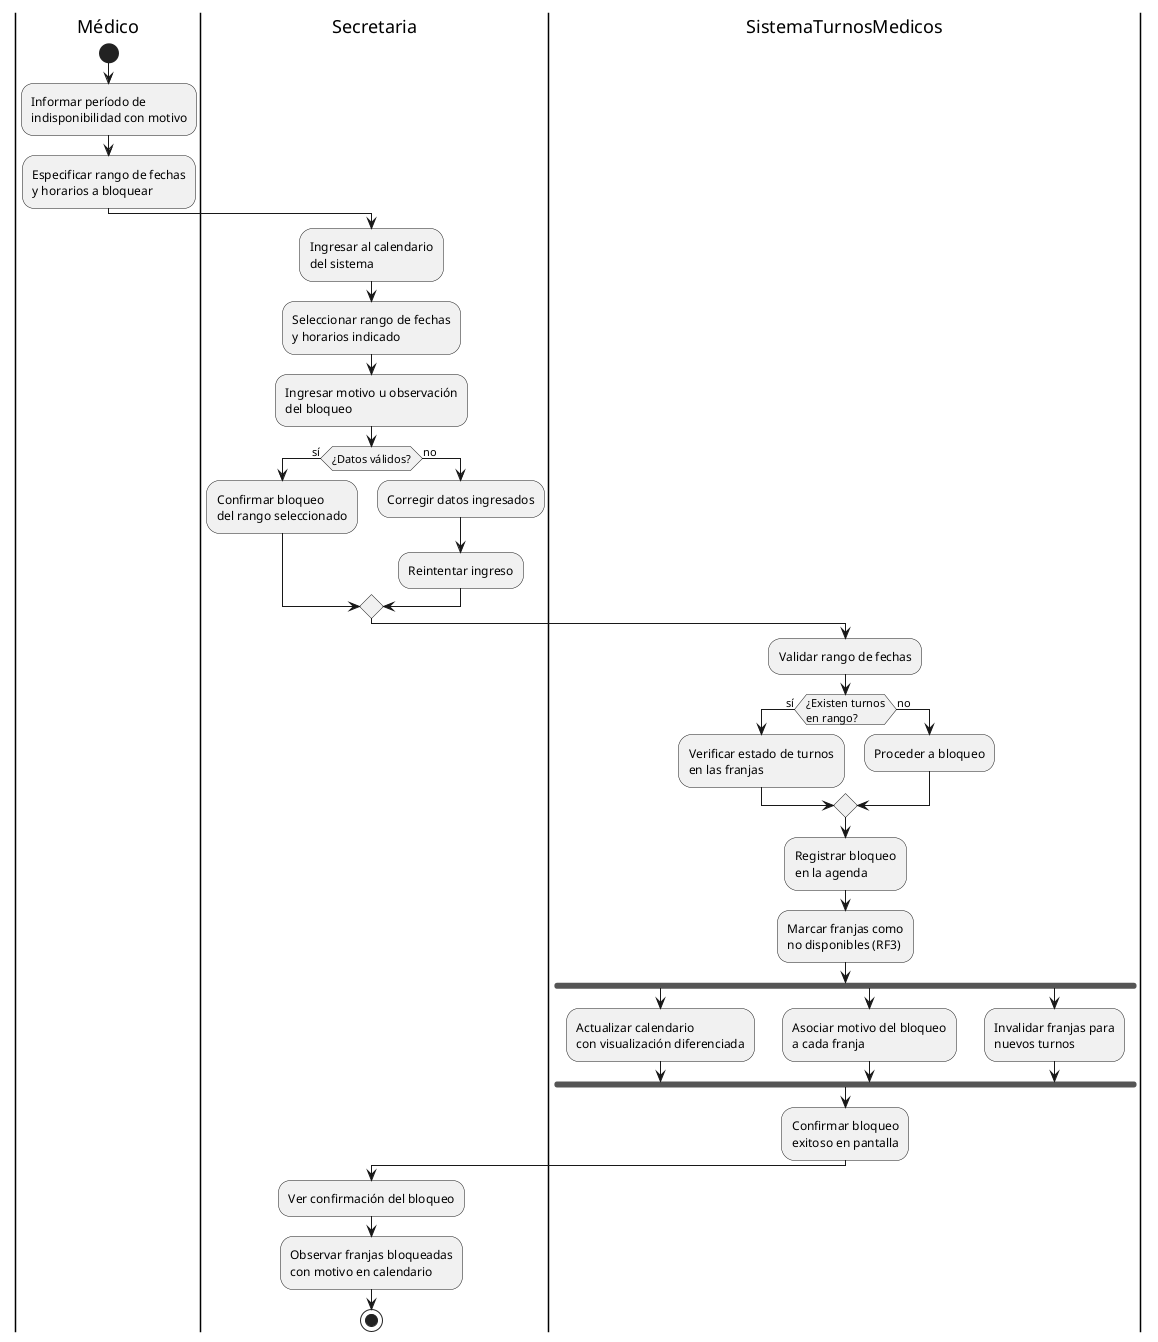
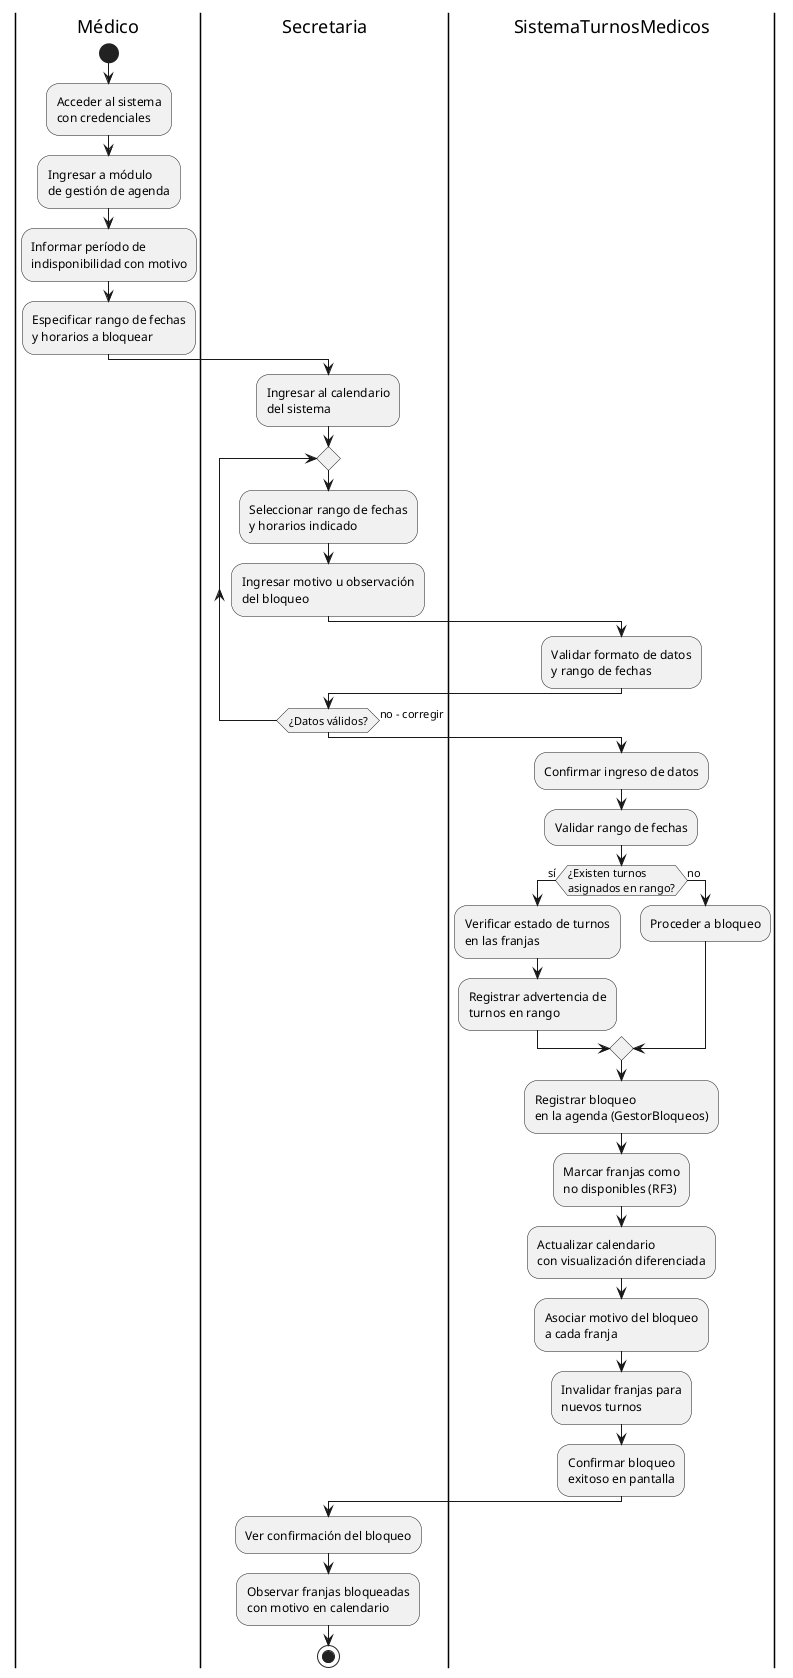
@startuml 04-actividad-bloquear-horarios-04

|Médico|
start
+ :Acceder al sistema\ncon credenciales;
+ :Ingresar a módulo\nde gestión de agenda;
:Informar período de\nindisponibilidad con motivo;
:Especificar rango de fechas\ny horarios a bloquear;

|Secretaria|
:Ingresar al calendario\ndel sistema;
- :Seleccionar rango de fechas\ny horarios indicado;
- :Ingresar motivo u observación\ndel bloqueo;

- if (¿Datos válidos?) then (sí)
-     :Confirmar bloqueo\ndel rango seleccionado;
- else (no)
-     :Corregir datos ingresados;
-     :Reintentar ingreso;
- endif
+ repeat
+     :Seleccionar rango de fechas\ny horarios indicado;
+     :Ingresar motivo u observación\ndel bloqueo;
+ 
+     |SistemaTurnosMedicos|
+     :Validar formato de datos\ny rango de fechas;
+ 
+     |Secretaria|
+ repeat while (¿Datos válidos?) is (no - corregir)

|SistemaTurnosMedicos|
+ :Confirmar ingreso de datos;
:Validar rango de fechas;

- if (¿Existen turnos\nen rango?) then (sí)
+ if (¿Existen turnos\nasignados en rango?) then (sí)
    :Verificar estado de turnos\nen las franjas;
+     :Registrar advertencia de\nturnos en rango;
else (no)
    :Proceder a bloqueo;
endif

- :Registrar bloqueo\nen la agenda;
+ :Registrar bloqueo\nen la agenda (GestorBloqueos);
:Marcar franjas como\nno disponibles (RF3);
- 
- fork
-     :Actualizar calendario\ncon visualización diferenciada;
- fork again
-     :Asociar motivo del bloqueo\na cada franja;
- fork again
-     :Invalidar franjas para\nnuevos turnos;
- endfork
+ :Actualizar calendario\ncon visualización diferenciada;
+ :Asociar motivo del bloqueo\na cada franja;
+ :Invalidar franjas para\nnuevos turnos;

:Confirmar bloqueo\nexitoso en pantalla;

|Secretaria|
:Ver confirmación del bloqueo;
:Observar franjas bloqueadas\ncon motivo en calendario;

stop

@enduml
